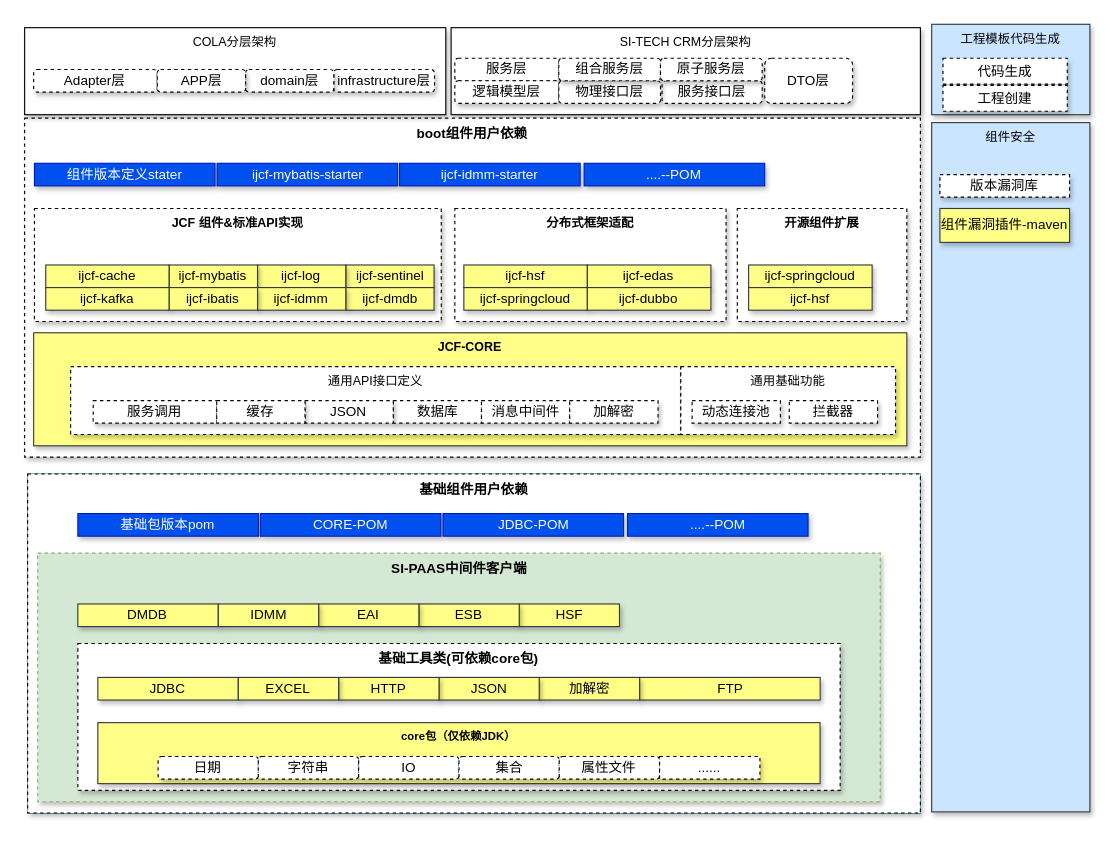
Above: page "组件及开发框架演进" (12 of 14) of 微服务.drawio in qymmdj/draw-io (draw.io), before the change. Source tidied: cells renumbered, new cells numbered last; positions are measured from the earlier drawing's top-left corner, leaving out a move shared by most shapes. Both pictures are drawn from the tidied source at 113%, with x=0, y=0 at pixel (24, 24).
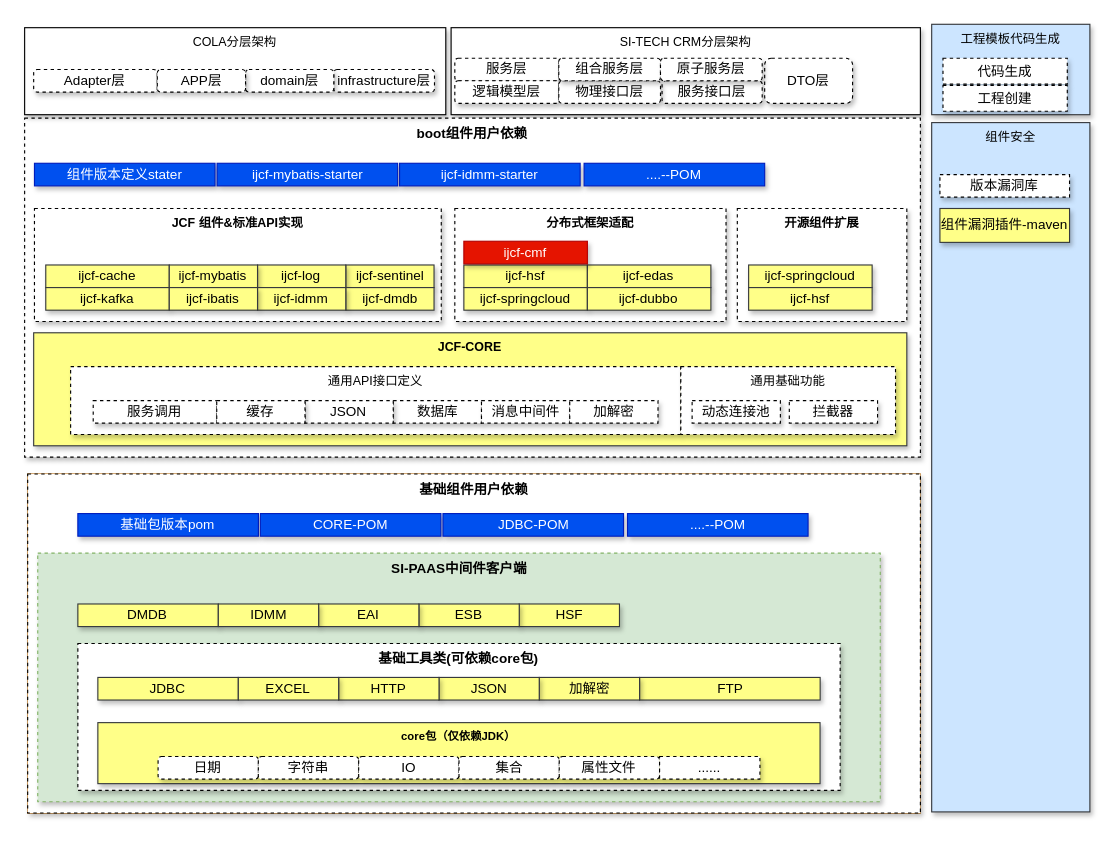
The same diagram, later.

Commit message:
更新微服务.drawio

Change to the diagram source:
```diff
@@
-    <mxCell id="7" style="group;fillColor=#b0e3e6;strokeColor=#0e8088;" parent="1" vertex="1">
+    <mxCell id="7" style="group;fillColor=#fad7ac;strokeColor=#b46504;" parent="1" vertex="1">
       <mxGeometry x="3" y="398" width="790" height="300" as="geometry" />
     </mxCell>
@@
+    <mxCell id="81" value="ijcf-cmf" style="rounded=0;whiteSpace=wrap;html=1;shadow=1;fillColor=#e51400;strokeColor=#B20000;fontColor=#ffffff;" parent="1" vertex="1">
+      <mxGeometry x="389" y="192" width="109.3" height="20" as="geometry" />
+    </mxCell>
```
